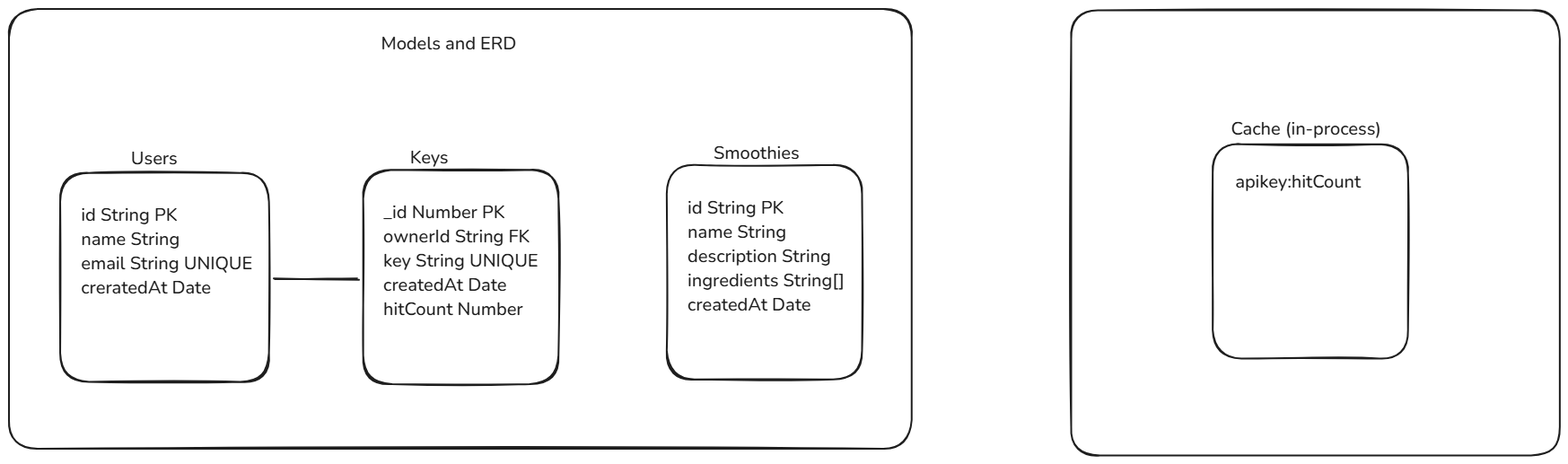
The Excalidraw diagram docs/models_and_erd.excalidraw.png in mrtnstl/smoothie-store, before a commit. Source tidied: one line per element, renumbered; positions are measured from the earlier drawing's top-left corner, leaving out a move shared by most shapes.
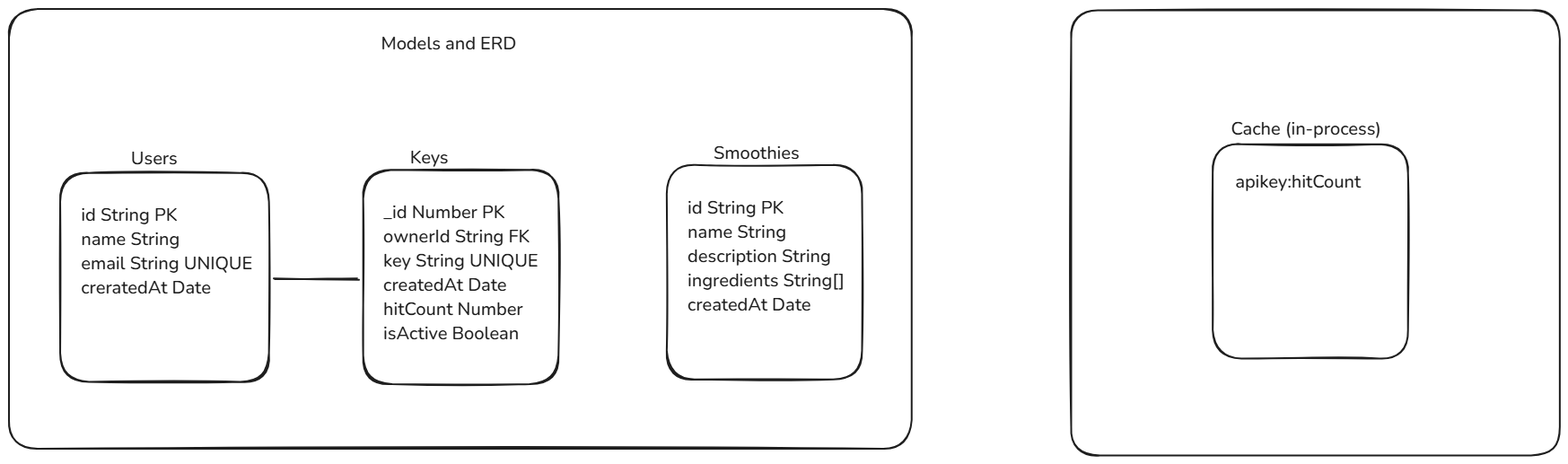
Later version of the same file.

Commit message:
update: Keys model

Change to the diagram source:
```diff
@@ -7,7 +7,7 @@
 {"id": 6, "type": "text", "text": "Models and ERD", "strokeColor": "#1e1e1e", "strokeWidth": 2, "roughness": 1, "fontSize": 20, "fontFamily": 6, "x": 414, "y": 25, "width": 151, "height": 27}
 {"id": 7, "type": "rectangle", "strokeColor": "#1e1e1e", "strokeWidth": 2, "roughness": 1, "round": true, "x": 0, "y": 0, "width": 1006, "height": 490}
 {"id": 8, "type": "rectangle", "strokeColor": "#1e1e1e", "strokeWidth": 2, "roughness": 1, "round": true, "x": 395, "y": 179, "width": 218, "height": 239}
-{"id": 9, "type": "text", "text": "_id Number PK\nownerId String FK\nkey String UNIQUE\ncreatedAt Date\nhitCount Number", "strokeColor": "#1e1e1e", "strokeWidth": 2, "roughness": 1, "fontSize": 20, "fontFamily": 6, "x": 417, "y": 213, "width": 172, "height": 135}
+{"id": 9, "type": "text", "text": "_id Number PK\nownerId String FK\nkey String UNIQUE\ncreatedAt Date\nhitCount Number\nisActive Boolean", "strokeColor": "#1e1e1e", "strokeWidth": 2, "roughness": 1, "fontSize": 20, "fontFamily": 6, "x": 417, "y": 213, "width": 172, "height": 162}
 {"id": 10, "type": "text", "text": "Keys", "strokeColor": "#1e1e1e", "strokeWidth": 2, "roughness": 1, "fontSize": 20, "fontFamily": 6, "x": 447, "y": 152, "width": 43, "height": 27}
 {"id": 11, "type": "rectangle", "strokeColor": "#1e1e1e", "strokeWidth": 2, "roughness": 1, "round": true, "x": 1183, "y": 1, "width": 544, "height": 496}
 {"id": 12, "type": "text", "text": "Cache (in-process)", "strokeColor": "#1e1e1e", "strokeWidth": 2, "roughness": 1, "fontSize": 20, "fontFamily": 6, "x": 1361, "y": 120, "width": 167, "height": 27}
```
